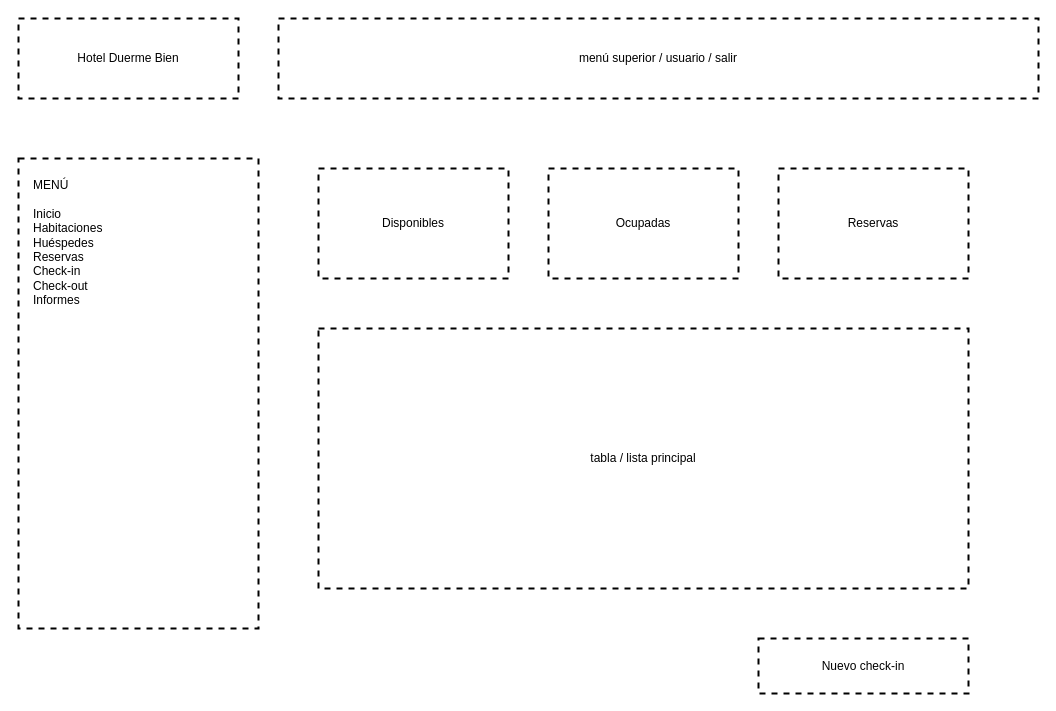
The draw.io diagram page "Sketch" (1 of 3) of diagramas-editables/10-interfaz-sketch-wireframe-mockup.drawio in Yutre3/diego, before the edit. Source tidied: cells renumbered, new cells numbered last; positions are measured from the earlier drawing's top-left corner, leaving out a move shared by most shapes. Both pictures are drawn from the tidied source at 100%, with x=0, y=0 at pixel (18, 18).
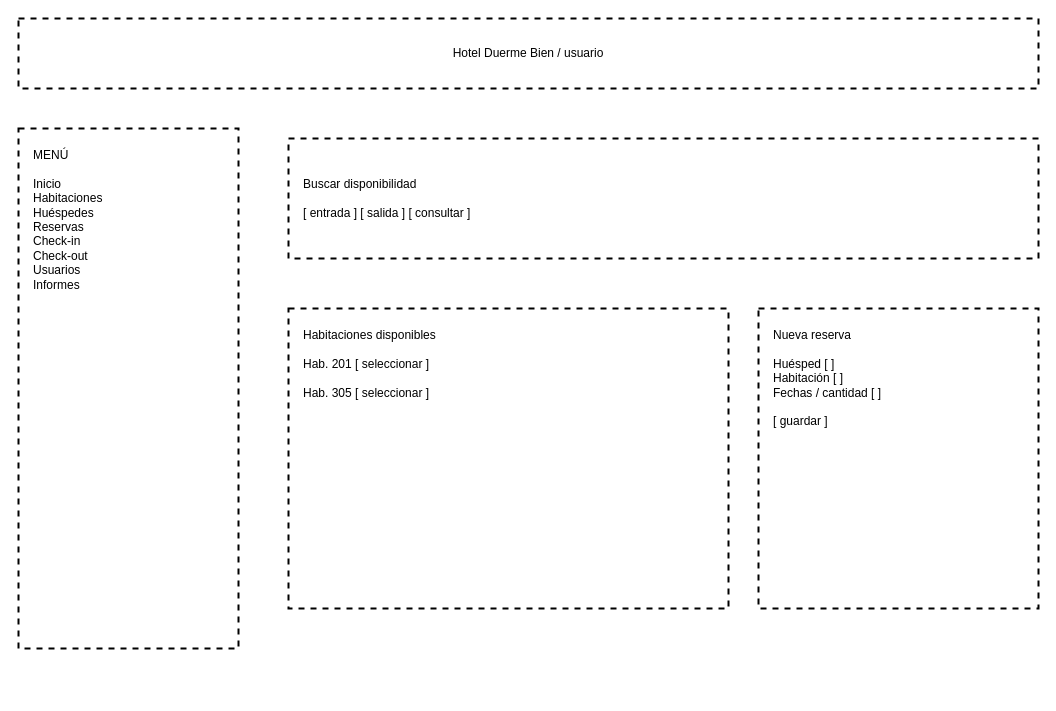
After the change.

Change to the diagram source:
```diff
@@
 <mxGraphModel>
   <root>
     <mxCell id="0" />
     <mxCell id="1" parent="0" />
-    <mxCell id="2" value="Hotel Duerme Bien" style="rounded=0;whiteSpace=wrap;html=1;strokeWidth=2;dashed=1;" parent="1" vertex="1">
-      <mxGeometry width="220" height="80" as="geometry" />
+    <mxCell id="2" value="Hotel Duerme Bien / usuario" style="rounded=0;whiteSpace=wrap;html=1;strokeWidth=2;dashed=1;" parent="1" vertex="1">
+      <mxGeometry width="1020" height="70" as="geometry" />
     </mxCell>
-    <mxCell id="3" value="menú superior / usuario / salir" style="rounded=0;whiteSpace=wrap;html=1;strokeWidth=2;dashed=1;" parent="1" vertex="1">
-      <mxGeometry x="260" width="760" height="80" as="geometry" />
+    <mxCell id="3" value="MENÚ&#10;&#10;Inicio&#10;Habitaciones&#10;Huéspedes&#10;Reservas&#10;Check-in&#10;Check-out&#10;Usuarios&#10;Informes" style="rounded=0;whiteSpace=wrap;html=1;strokeWidth=2;dashed=1;align=left;verticalAlign=top;spacing=15;" parent="1" vertex="1">
+      <mxGeometry y="110" width="220" height="520" as="geometry" />
     </mxCell>
-    <mxCell id="4" value="MENÚ&lt;br&gt;&lt;br&gt;Inicio&lt;br&gt;Habitaciones&lt;br&gt;Huéspedes&lt;br&gt;Reservas&lt;br&gt;Check-in&lt;br&gt;Check-out&lt;br&gt;Informes" style="rounded=0;whiteSpace=wrap;html=1;strokeWidth=2;dashed=1;align=left;verticalAlign=top;spacing=15;" parent="1" vertex="1">
-      <mxGeometry y="140" width="240" height="470" as="geometry" />
+    <mxCell id="4" value="Buscar disponibilidad&#10;&#10;[ entrada ]   [ salida ]                  [ consultar ]" style="rounded=0;whiteSpace=wrap;html=1;strokeWidth=2;dashed=1;align=left;spacing=15;" parent="1" vertex="1">
+      <mxGeometry x="270" y="120" width="750" height="120" as="geometry" />
     </mxCell>
-    <mxCell id="5" value="Disponibles" style="rounded=0;whiteSpace=wrap;html=1;strokeWidth=2;dashed=1;" parent="1" vertex="1">
-      <mxGeometry x="300" y="150" width="190" height="110" as="geometry" />
+    <mxCell id="5" value="Habitaciones disponibles&#10;&#10;Hab. 201                 [ seleccionar ]&#10;&#10;Hab. 305                 [ seleccionar ]" style="rounded=0;whiteSpace=wrap;html=1;strokeWidth=2;dashed=1;align=left;verticalAlign=top;spacing=15;" parent="1" vertex="1">
+      <mxGeometry x="270" y="290" width="440" height="300" as="geometry" />
     </mxCell>
-    <mxCell id="6" value="Ocupadas" style="rounded=0;whiteSpace=wrap;html=1;strokeWidth=2;dashed=1;" parent="1" vertex="1">
-      <mxGeometry x="530" y="150" width="190" height="110" as="geometry" />
+    <mxCell id="6" value="Nueva reserva&#10;&#10;Huésped [ ]&#10;Habitación [ ]&#10;Fechas / cantidad [ ]&#10;&#10;[ guardar ]" style="rounded=0;whiteSpace=wrap;html=1;strokeWidth=2;dashed=1;align=left;verticalAlign=top;spacing=15;" parent="1" vertex="1">
+      <mxGeometry x="740" y="290" width="280" height="300" as="geometry" />
     </mxCell>
-    <mxCell id="7" value="Reservas" style="rounded=0;whiteSpace=wrap;html=1;strokeWidth=2;dashed=1;" parent="1" vertex="1">
-      <mxGeometry x="760" y="150" width="190" height="110" as="geometry" />
-    </mxCell>
-    <mxCell id="8" value="tabla / lista principal" style="rounded=0;whiteSpace=wrap;html=1;strokeWidth=2;dashed=1;" parent="1" vertex="1">
-      <mxGeometry x="300" y="310" width="650" height="260" as="geometry" />
-    </mxCell>
-    <mxCell id="9" value="Nuevo check-in" style="rounded=0;whiteSpace=wrap;html=1;strokeWidth=2;dashed=1;" parent="1" vertex="1">
-      <mxGeometry x="740" y="620" width="210" height="55" as="geometry" />
-    </mxCell>
   </root>
 </mxGraphModel>
```
